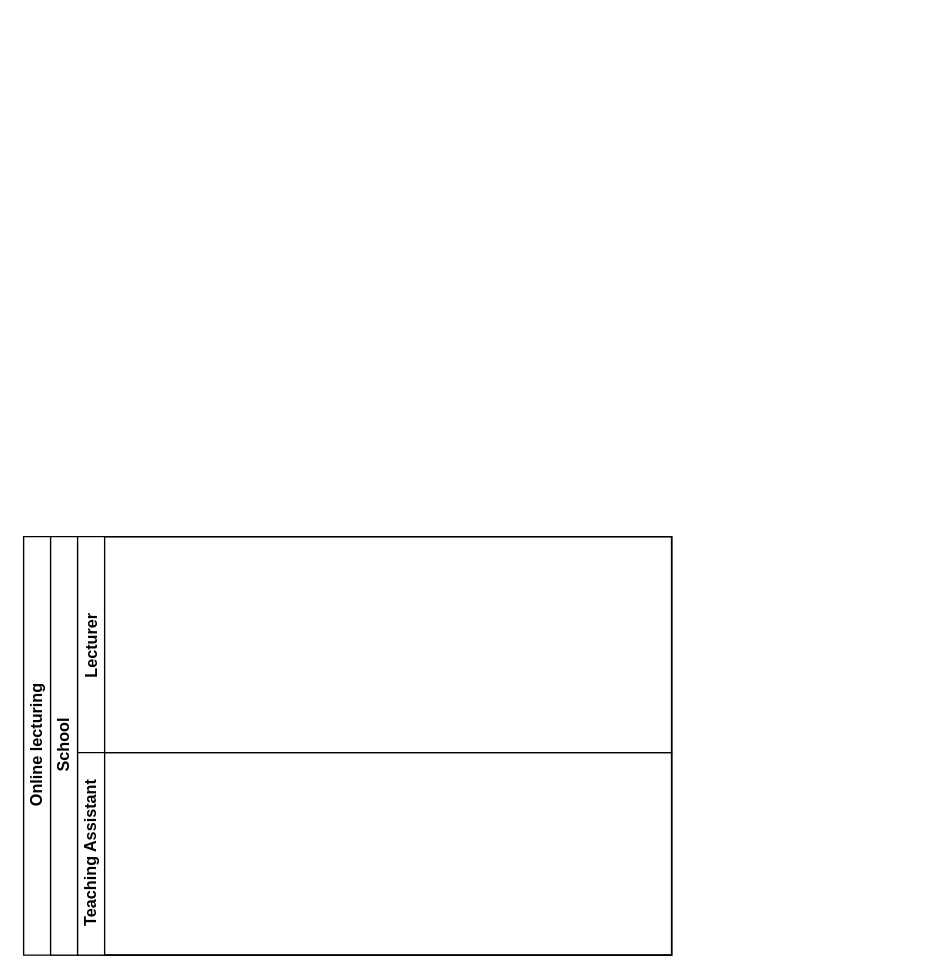
gullskatten/BPMN-models keeps this draw.io diagram as teaching_process_AS_IS.drawio. Above is the earlier version. Source tidied: cells renumbered, new cells numbered last; positions are measured from the earlier drawing's top-left corner, leaving out a move shared by most shapes. Both pictures are drawn from the tidied source at 135%, with x=0, y=0 at pixel (23, 536).
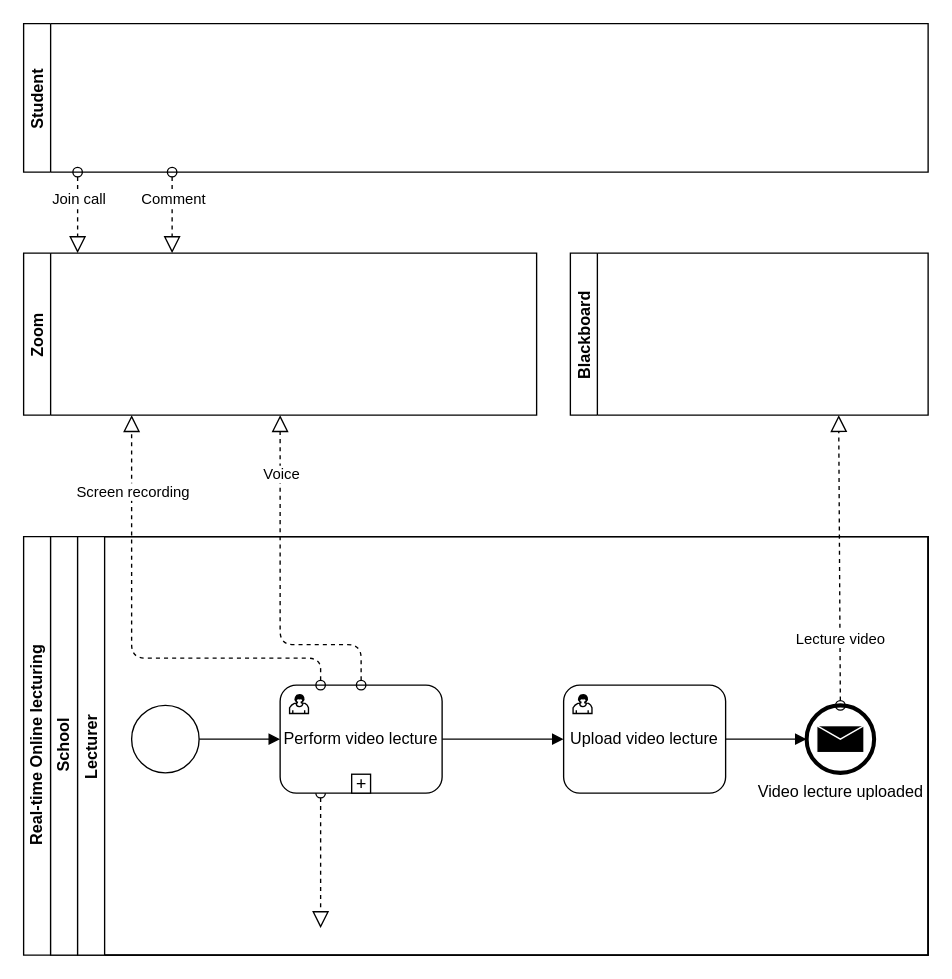
The same page after the edit.

What changed in the source:
```diff
@@
+    <mxCell id="6" value="Student" style="swimlane;startSize=20;horizontal=0;" parent="1" vertex="1">
+      <mxGeometry y="-380" width="670" height="110" as="geometry" />
+    </mxCell>
+    <mxCell id="7" value="Blackboard" style="swimlane;startSize=20;horizontal=0;" parent="1" vertex="1">
+      <mxGeometry x="405" y="-210" width="265" height="120" as="geometry" />
+    </mxCell>
+    <mxCell id="8" style="startArrow=oval;startFill=0;startSize=7;endArrow=block;endFill=0;endSize=10;dashed=1;html=1;exitX=0.25;exitY=1;exitDx=0;exitDy=0;" parent="1" edge="1" source="15">
+      <mxGeometry relative="1" as="geometry">
+        <mxPoint x="220" y="290" as="targetPoint" />
+      </mxGeometry>
+    </mxCell>
+    <mxCell id="9" value="Zoom" style="swimlane;startSize=20;horizontal=0;" parent="1" vertex="1">
+      <mxGeometry y="-210" width="380" height="120" as="geometry" />
+    </mxCell>
-    <mxCell id="2" value="Online lecturing" style="swimlane;html=1;horizontal=0;startSize=20;" parent="1" vertex="1">
-      <mxGeometry width="480" height="310" as="geometry" />
+    <mxCell id="2" value="Real-time Online lecturing" style="swimlane;html=1;horizontal=0;startSize=20;" parent="1" vertex="1">
+      <mxGeometry width="670" height="310" as="geometry" />
     </mxCell>
     <mxCell id="3" value="School" style="swimlane;html=1;startSize=20;horizontal=0;" parent="2" vertex="1">
-      <mxGeometry x="20" width="460" height="310" as="geometry" />
+      <mxGeometry x="20" width="650" height="310" as="geometry" />
     </mxCell>
     <mxCell id="4" value="Lecturer" style="swimlane;startSize=20;horizontal=0;" parent="3" vertex="1">
-      <mxGeometry x="20" width="440" height="160" as="geometry" />
+      <mxGeometry x="20" width="630" height="310" as="geometry" />
     </mxCell>
-    <mxCell id="5" value="Teaching Assistant" style="swimlane;html=1;startSize=20;horizontal=0;" parent="1" vertex="1">
-      <mxGeometry x="40" y="160" width="440" height="150" as="geometry" />
-    </mxCell>
+    <mxCell id="10" style="edgeStyle=orthogonalEdgeStyle;rounded=0;jettySize=auto;html=1;entryX=0;entryY=0.5;entryDx=0;entryDy=0;endArrow=block;endFill=1;" parent="4" edge="1" source="18" target="15">
+      <mxGeometry relative="1" as="geometry" />
+    </mxCell>
+    <mxCell id="11" style="edgeStyle=orthogonalEdgeStyle;rounded=0;jettySize=auto;html=1;entryX=0;entryY=0.5;entryDx=0;entryDy=0;endArrow=block;endFill=1;" parent="4" edge="1" source="12" target="19">
+      <mxGeometry relative="1" as="geometry" />
+    </mxCell>
+    <mxCell id="12" value="Upload video lecture" style="html=1;whiteSpace=wrap;rounded=1;" parent="4" vertex="1">
+      <mxGeometry x="360" y="110" width="120" height="80" as="geometry" />
+    </mxCell>
+    <mxCell id="13" style="html=1;shape=mxgraph.bpmn.user_task;" parent="12" vertex="1">
+      <mxGeometry width="14" height="14" relative="1" as="geometry">
+        <mxPoint x="7" y="7" as="offset" />
+      </mxGeometry>
+    </mxCell>
+    <mxCell id="14" style="edgeStyle=orthogonalEdgeStyle;rounded=0;jettySize=auto;html=1;entryX=0;entryY=0.5;entryDx=0;entryDy=0;endArrow=block;endFill=1;" parent="4" edge="1" source="15" target="12">
+      <mxGeometry relative="1" as="geometry" />
+    </mxCell>
+    <mxCell id="15" value="Perform video lecture" style="html=1;whiteSpace=wrap;rounded=1;" parent="4" vertex="1">
+      <mxGeometry x="150" y="110" width="120" height="80" as="geometry" />
+    </mxCell>
+    <mxCell id="16" style="html=1;shape=mxgraph.bpmn.user_task;" parent="15" vertex="1">
+      <mxGeometry width="14" height="14" relative="1" as="geometry">
+        <mxPoint x="7" y="7" as="offset" />
+      </mxGeometry>
+    </mxCell>
+    <mxCell id="17" style="html=1;shape=plus;" parent="15" vertex="1">
+      <mxGeometry x="0.5" y="1" width="14" height="14" relative="1" as="geometry">
+        <mxPoint x="-7" y="-14" as="offset" />
+      </mxGeometry>
+    </mxCell>
+    <mxCell id="18" style="shape=mxgraph.bpmn.shape;html=1;verticalLabelPosition=bottom;labelBackgroundColor=#ffffff;verticalAlign=top;align=center;perimeter=ellipsePerimeter;outlineConnect=0;outline=standard;symbol=general;" parent="4" vertex="1">
+      <mxGeometry x="40" y="125" width="50" height="50" as="geometry" />
+    </mxCell>
+    <mxCell id="19" value="Video lecture uploaded" style="shape=mxgraph.bpmn.shape;html=1;verticalLabelPosition=bottom;labelBackgroundColor=#ffffff;verticalAlign=top;align=center;perimeter=ellipsePerimeter;outlineConnect=0;outline=end;symbol=message;" parent="4" vertex="1">
+      <mxGeometry x="540" y="125" width="50" height="50" as="geometry" />
+    </mxCell>
+    <mxCell id="20" style="startArrow=oval;startFill=0;startSize=7;endArrow=block;endFill=0;endSize=10;dashed=1;html=1;" parent="4" edge="1">
+      <mxGeometry relative="1" as="geometry">
+        <mxPoint x="70" y="-270" as="sourcePoint" />
+        <mxPoint x="70" y="-210" as="targetPoint" />
+      </mxGeometry>
+    </mxCell>
+    <mxCell id="21" value="Comment" style="edgeLabel;html=1;align=center;verticalAlign=middle;" parent="20" vertex="1">
+      <mxGeometry x="-0.72" y="-2" relative="1" as="geometry">
+        <mxPoint x="2" y="11.7" as="offset" />
+      </mxGeometry>
+    </mxCell>
+    <mxCell id="22" style="startArrow=oval;startFill=0;startSize=7;endArrow=block;endFill=0;endSize=10;dashed=1;html=1;" parent="1" edge="1">
+      <mxGeometry relative="1" as="geometry">
+        <mxPoint x="40" y="-270" as="sourcePoint" />
+        <mxPoint x="40" y="-210" as="targetPoint" />
+      </mxGeometry>
+    </mxCell>
+    <mxCell id="23" value="Join call" style="edgeLabel;html=1;align=center;verticalAlign=middle;" parent="22" vertex="1">
+      <mxGeometry x="-0.72" y="-2" relative="1" as="geometry">
+        <mxPoint x="2" y="11.7" as="offset" />
+      </mxGeometry>
+    </mxCell>
+    <mxCell id="24" style="startArrow=oval;startFill=0;startSize=7;endArrow=block;endFill=0;endSize=10;dashed=1;html=1;exitX=0.25;exitY=0;exitDx=0;exitDy=0;edgeStyle=orthogonalEdgeStyle;" parent="1" edge="1" source="15">
+      <mxGeometry relative="1" as="geometry">
+        <mxPoint x="80" y="-90" as="targetPoint" />
+        <Array as="points">
+          <mxPoint x="220" y="90" />
+          <mxPoint x="80" y="90" />
+        </Array>
+      </mxGeometry>
+    </mxCell>
+    <mxCell id="25" value="Screen recording" style="edgeLabel;html=1;align=center;verticalAlign=middle;" parent="24" vertex="1">
+      <mxGeometry x="0.67" relative="1" as="geometry" />
+    </mxCell>
+    <mxCell id="26" style="startArrow=oval;startFill=0;startSize=7;endArrow=block;endFill=0;endSize=10;dashed=1;html=1;exitX=0.5;exitY=0;exitDx=0;exitDy=0;edgeStyle=orthogonalEdgeStyle;entryX=0.5;entryY=1;entryDx=0;entryDy=0;" parent="1" edge="1" source="15" target="9">
+      <mxGeometry relative="1" as="geometry">
+        <Array as="points">
+          <mxPoint x="250" y="80" />
+          <mxPoint x="190" y="80" />
+        </Array>
+      </mxGeometry>
+    </mxCell>
+    <mxCell id="27" value="Voice" style="edgeLabel;html=1;align=center;verticalAlign=middle;" parent="26" vertex="1">
+      <mxGeometry x="0.67" relative="1" as="geometry" />
+    </mxCell>
+    <mxCell id="28" style="startArrow=oval;startFill=0;startSize=7;endArrow=block;endFill=0;endSize=10;dashed=1;html=1;entryX=0.75;entryY=1;entryDx=0;entryDy=0;exitX=0.5;exitY=0;exitDx=0;exitDy=0;" parent="1" edge="1" source="19" target="7">
+      <mxGeometry relative="1" as="geometry" />
+    </mxCell>
+    <mxCell id="29" value="Lecture video" style="edgeLabel;html=1;align=center;verticalAlign=middle;" parent="28" vertex="1">
+      <mxGeometry x="0.07" relative="1" as="geometry">
+        <mxPoint y="65" as="offset" />
+      </mxGeometry>
+    </mxCell>
```
